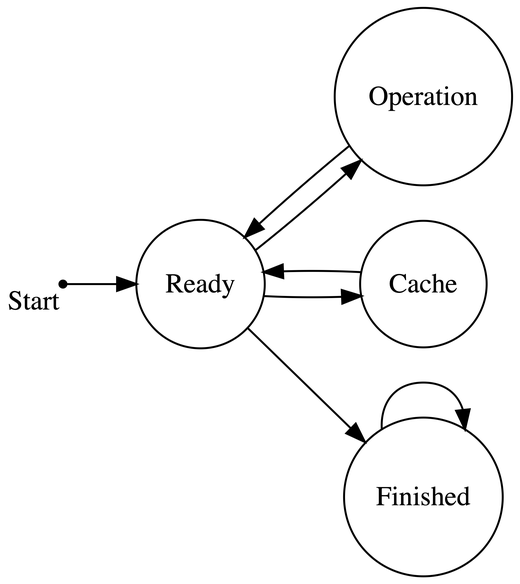
Before: report/processor.png, a diagram exported from Graphviz (indocomsoft/cs4223-assignment-2). Its source is kept beside it as report/processor.dot.
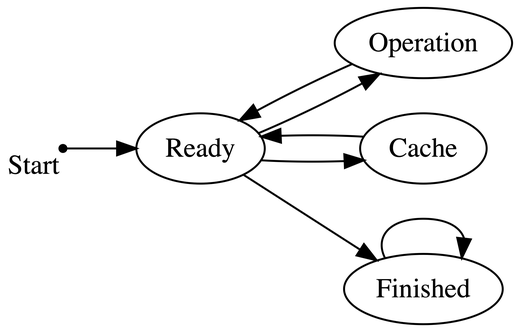
After the commit.

Change to the diagram source:
```diff
@@ -3,10 +3,10 @@
   dpi=600;
 
   node [shape = point] Start [xlabel = Start];
-  node [shape = circle] Ready;
-  node [shape = circle] Operation;
-  node [shape = circle] Cache;
-  node [shape = circle] Finished;
+  node [shape = oval] Ready;
+  node [shape = oval] Operation;
+  node [shape = oval] Cache;
+  node [shape = oval] Finished;
 
   Start -> Ready;
   Ready -> Operation;
```
